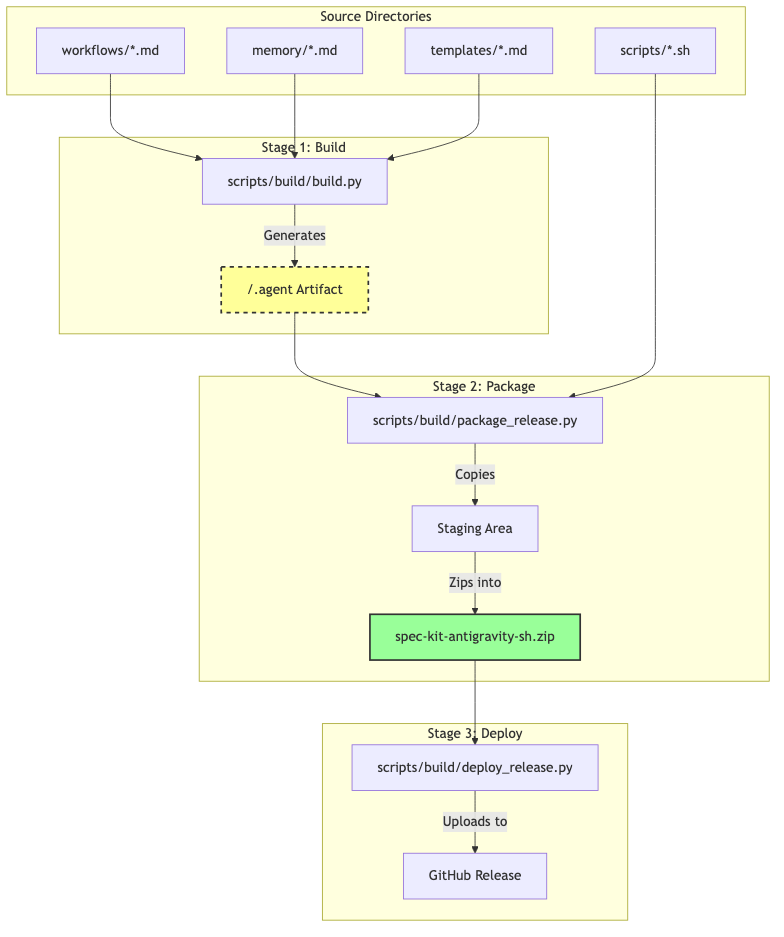
richfrem/spec-kit-antigravity keeps this Mermaid diagram as docs/diagrams/antigravity-release-process.png. Above is the earlier version. Its source is kept beside it as docs/diagrams/antigravity-release-process.mmd.
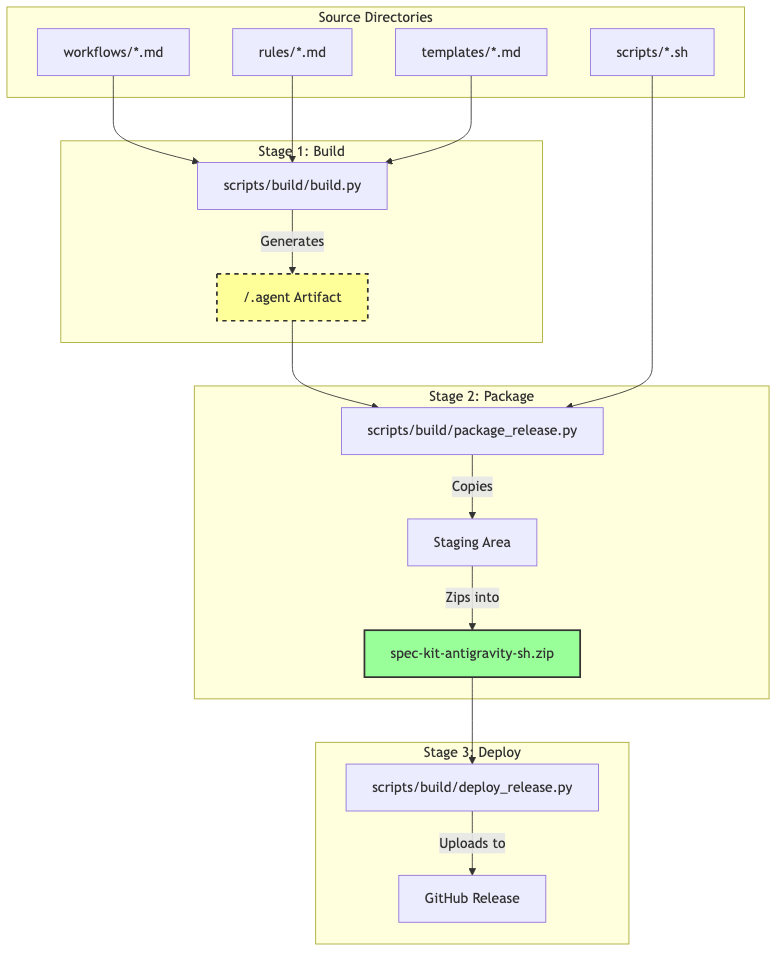
After the change.

What changed in the source:
```diff
@@ -2,7 +2,7 @@
     subgraph Sources [Source Directories]
         direction LR
         WF[workflows/*.md]
-        MEM[memory/*.md]
+        RULES[memory/*.md]
         TMP[templates/*.md]
         SCR[scripts/*.sh]
     end
@@ -12,7 +12,7 @@
         AGENT_DIR["/.agent Artifact"]
 
         WF --> BUILD_SCRIPT
-        MEM --> BUILD_SCRIPT
+        RULES --> BUILD_SCRIPT
         TMP --> BUILD_SCRIPT
 
         BUILD_SCRIPT -- Generates --> AGENT_DIR
```
